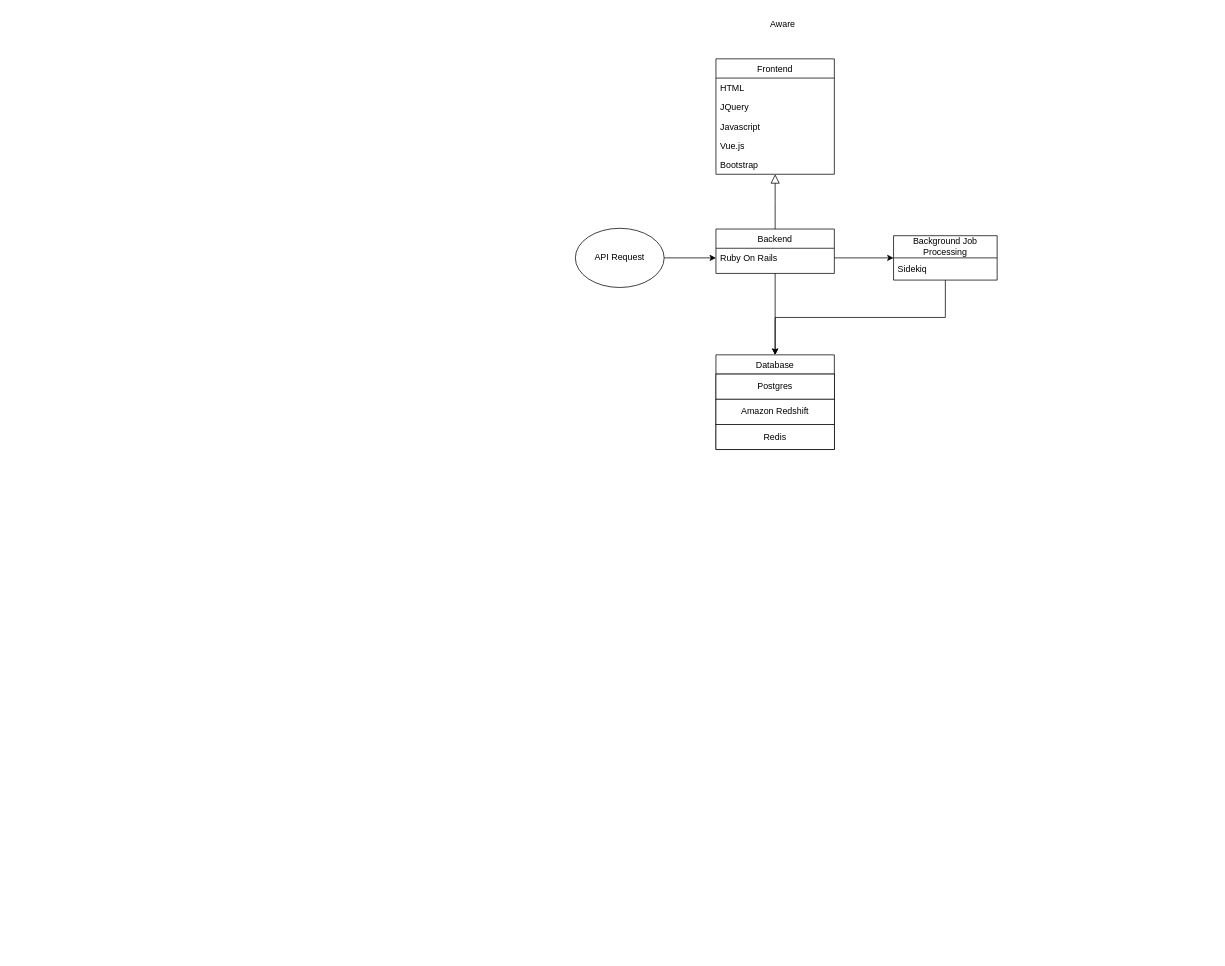
Earlier version of the draw.io diagram Untitled Diagram.drawio (jwhite-bh/advent-of-code). Source tidied: cells renumbered, new cells numbered last; positions are measured from the earlier drawing's top-left corner, leaving out a move shared by most shapes. Both pictures are drawn from the tidied source at 74%, with x=0, y=0 at pixel (575, 13).
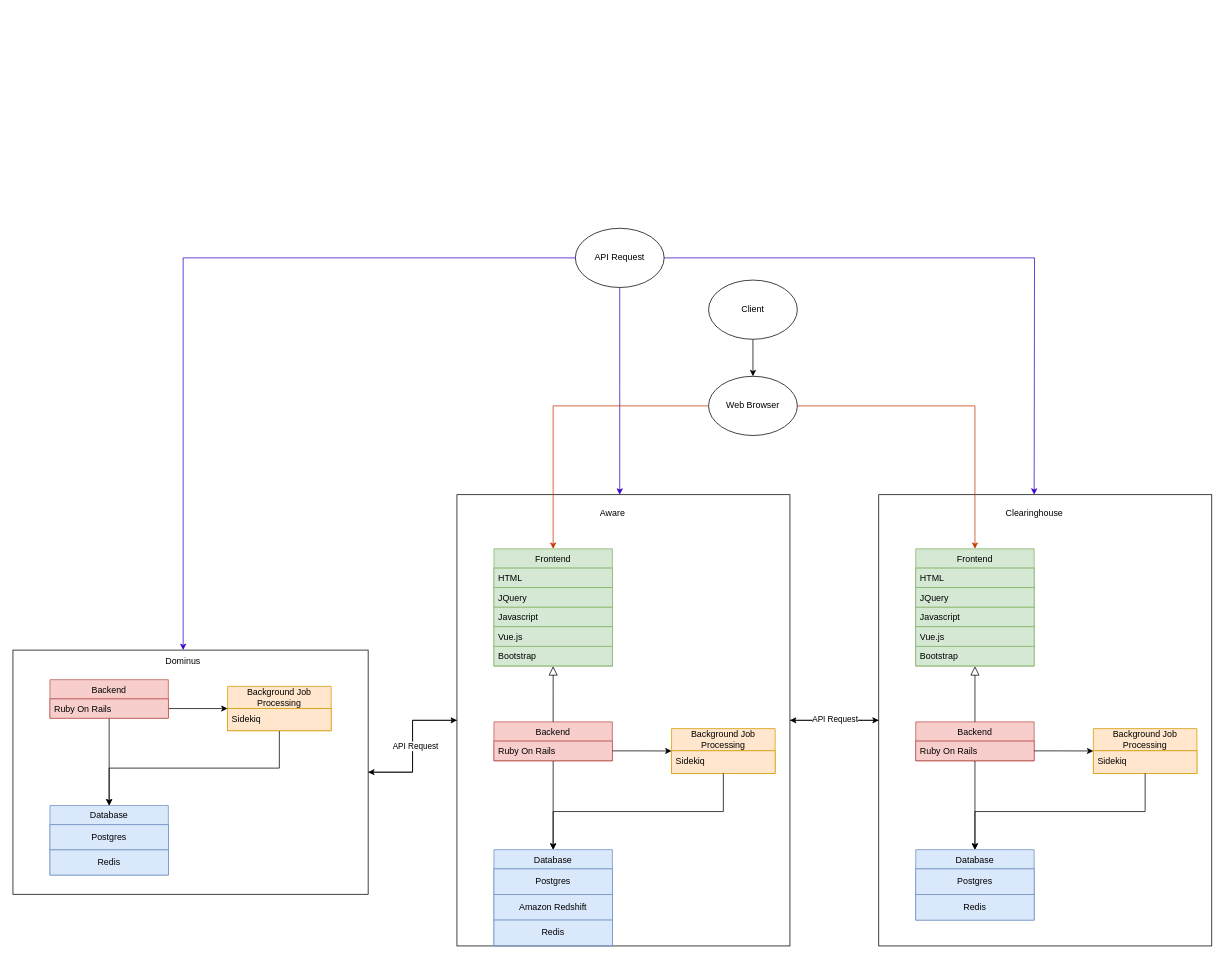
Above is the later version.

The edit, as a diff of the source:
```diff
@@
+    <mxCell id="23" style="edgeStyle=orthogonalEdgeStyle;rounded=0;jettySize=auto;html=1;exitX=1;exitY=0.5;exitDx=0;exitDy=0;fillColor=#6a00ff;strokeColor=#3700CC;" parent="1" edge="1" source="21">
+      <mxGeometry relative="1" as="geometry">
+        <mxPoint x="620" y="651" as="targetPoint" />
+      </mxGeometry>
+    </mxCell>
+    <mxCell id="21" value="API Request" style="ellipse;whiteSpace=wrap;html=1;" parent="1" vertex="1">
+      <mxGeometry y="291" width="120" height="80" as="geometry" />
+    </mxCell>
+    <mxCell id="24" style="group;" parent="1" vertex="1">
+      <mxGeometry x="-760" y="861" width="480" height="330" as="geometry" />
+    </mxCell>
+    <mxCell id="25" style="rounded=0;whiteSpace=wrap;html=1;" parent="24" vertex="1">
+      <mxGeometry width="480" height="330" as="geometry" />
+    </mxCell>
+    <mxCell id="26" value="Backend" style="swimlane;fontStyle=0;align=center;verticalAlign=top;horizontal=1;startSize=26;rounded=0;shadow=0;strokeWidth=1;fillColor=#f8cecc;strokeColor=#b85450;" parent="24" vertex="1">
+      <mxGeometry x="50" y="40" width="160" height="52" as="geometry" />
+    </mxCell>
+    <mxCell id="27" value="Database" style="swimlane;fontStyle=0;align=center;verticalAlign=top;horizontal=1;startSize=26;rounded=0;shadow=0;strokeWidth=1;fillColor=#dae8fc;strokeColor=#6c8ebf;" parent="24" vertex="1">
+      <mxGeometry x="50" y="210" width="160" height="94" as="geometry" />
+    </mxCell>
+    <mxCell id="28" style="edgeStyle=orthogonalEdgeStyle;rounded=0;jettySize=auto;html=1;exitX=0.5;exitY=1;exitDx=0;exitDy=0;entryX=0.5;entryY=0;entryDx=0;entryDy=0;" parent="24" edge="1" source="26" target="27">
+      <mxGeometry relative="1" as="geometry" />
+    </mxCell>
+    <mxCell id="29" value="Background Job Processing" style="swimlane;fontStyle=0;horizontal=1;startSize=30;whiteSpace=wrap;html=1;fillColor=#ffe6cc;strokeColor=#d79b00;" parent="24" vertex="1">
+      <mxGeometry x="290" y="49" width="140" height="60" as="geometry" />
+    </mxCell>
+    <mxCell id="30" style="edgeStyle=orthogonalEdgeStyle;rounded=0;jettySize=auto;html=1;exitX=0.5;exitY=1;exitDx=0;exitDy=0;" parent="24" edge="1" source="29" target="27">
+      <mxGeometry relative="1" as="geometry" />
+    </mxCell>
+    <mxCell id="31" style="edgeStyle=orthogonalEdgeStyle;rounded=0;jettySize=auto;html=1;exitX=1;exitY=0.5;exitDx=0;exitDy=0;entryX=0;entryY=0.5;entryDx=0;entryDy=0;" parent="24" edge="1" source="33" target="29">
+      <mxGeometry relative="1" as="geometry" />
+    </mxCell>
+    <mxCell id="32" value="Dominus" style="text;html=1;strokeColor=none;fillColor=none;align=center;verticalAlign=middle;whiteSpace=wrap;rounded=0;" parent="24" vertex="1">
+      <mxGeometry x="200" width="60" height="30" as="geometry" />
+    </mxCell>
+    <mxCell id="33" value="Ruby On Rails" style="text;align=left;verticalAlign=top;spacingLeft=4;spacingRight=4;overflow=hidden;points=[[0,0.5],[1,0.5]];portConstraint=eastwest;fillColor=#f8cecc;strokeColor=#b85450;" parent="24" vertex="1">
+      <mxGeometry x="50" y="66" width="160" height="26" as="geometry" />
+    </mxCell>
+    <mxCell id="34" value="Postgres" style="whiteSpace=wrap;html=1;fillColor=#dae8fc;strokeColor=#6c8ebf;" parent="24" vertex="1">
+      <mxGeometry x="50" y="236" width="160" height="34" as="geometry" />
+    </mxCell>
+    <mxCell id="35" value="Redis" style="whiteSpace=wrap;html=1;fillColor=#dae8fc;strokeColor=#6c8ebf;" parent="24" vertex="1">
+      <mxGeometry x="50" y="270" width="160" height="34" as="geometry" />
+    </mxCell>
+    <mxCell id="36" value="Sidekiq" style="text;strokeColor=#d79b00;fillColor=#ffe6cc;align=left;verticalAlign=middle;spacingLeft=4;spacingRight=4;overflow=hidden;whiteSpace=wrap;html=1;" parent="24" vertex="1">
+      <mxGeometry x="290" y="79" width="140" height="30" as="geometry" />
+    </mxCell>
+    <mxCell id="37" style="edgeStyle=orthogonalEdgeStyle;rounded=0;jettySize=auto;html=1;entryX=0.5;entryY=0;entryDx=0;entryDy=0;fillColor=#6a00ff;strokeColor=#3700CC;" parent="1" edge="1" source="21" target="32">
+      <mxGeometry relative="1" as="geometry" />
+    </mxCell>
+    <mxCell id="38" style="group;" parent="1" vertex="1">
+      <mxGeometry x="-160" y="651" width="450" height="620" as="geometry" />
+    </mxCell>
+    <mxCell id="39" style="rounded=0;whiteSpace=wrap;html=1;" parent="38" vertex="1">
+      <mxGeometry width="450" height="609.8" as="geometry" />
+    </mxCell>
-    <mxCell id="2" value="Frontend" style="swimlane;fontStyle=0;align=center;verticalAlign=top;horizontal=1;startSize=26;rounded=0;shadow=0;strokeWidth=1;" parent="1" vertex="1">
-      <mxGeometry x="190" y="62" width="160" height="156" as="geometry" />
+    <mxCell id="2" value="Frontend" style="swimlane;fontStyle=0;align=center;verticalAlign=top;horizontal=1;startSize=26;rounded=0;shadow=0;strokeWidth=1;fillColor=#d5e8d4;strokeColor=#82b366;" parent="38" vertex="1">
+      <mxGeometry x="50" y="73.2" width="160" height="158.6" as="geometry" />
     </mxCell>
-    <mxCell id="3" value="HTML    " style="text;align=left;verticalAlign=top;spacingLeft=4;spacingRight=4;overflow=hidden;" parent="2" vertex="1">
-      <mxGeometry y="26" width="160" height="26" as="geometry" />
+    <mxCell id="3" value="HTML    " style="text;align=left;verticalAlign=top;spacingLeft=4;spacingRight=4;overflow=hidden;fillColor=#d5e8d4;strokeColor=#82b366;" parent="2" vertex="1">
+      <mxGeometry y="26" width="160" height="26.4" as="geometry" />
     </mxCell>
-    <mxCell id="4" value="JQuery" style="text;align=left;verticalAlign=top;spacingLeft=4;spacingRight=4;overflow=hidden;rounded=0;shadow=0;html=0;" parent="2" vertex="1">
-      <mxGeometry y="52" width="160" height="26" as="geometry" />
+    <mxCell id="4" value="JQuery" style="text;align=left;verticalAlign=top;spacingLeft=4;spacingRight=4;overflow=hidden;rounded=0;shadow=0;html=0;fillColor=#d5e8d4;strokeColor=#82b366;" parent="2" vertex="1">
+      <mxGeometry y="52.4" width="160" height="26.4" as="geometry" />
     </mxCell>
-    <mxCell id="5" value="Javascript" style="text;align=left;verticalAlign=top;spacingLeft=4;spacingRight=4;overflow=hidden;rounded=0;shadow=0;html=0;" parent="2" vertex="1">
-      <mxGeometry y="78" width="160" height="26" as="geometry" />
+    <mxCell id="5" value="Javascript" style="text;align=left;verticalAlign=top;spacingLeft=4;spacingRight=4;overflow=hidden;rounded=0;shadow=0;html=0;fillColor=#d5e8d4;strokeColor=#82b366;" parent="2" vertex="1">
+      <mxGeometry y="78.9" width="160" height="26.4" as="geometry" />
     </mxCell>
-    <mxCell id="6" value="Vue.js" style="text;align=left;verticalAlign=top;spacingLeft=4;spacingRight=4;overflow=hidden;rounded=0;shadow=0;html=0;" parent="2" vertex="1">
-      <mxGeometry y="104" width="160" height="26" as="geometry" />
+    <mxCell id="6" value="Vue.js" style="text;align=left;verticalAlign=top;spacingLeft=4;spacingRight=4;overflow=hidden;rounded=0;shadow=0;html=0;fillColor=#d5e8d4;strokeColor=#82b366;" parent="2" vertex="1">
+      <mxGeometry y="105.3" width="160" height="26.4" as="geometry" />
     </mxCell>
-    <mxCell id="7" value="Bootstrap" style="text;align=left;verticalAlign=top;spacingLeft=4;spacingRight=4;overflow=hidden;rounded=0;shadow=0;html=0;" parent="2" vertex="1">
-      <mxGeometry y="130" width="160" height="26" as="geometry" />
+    <mxCell id="7" value="Bootstrap" style="text;align=left;verticalAlign=top;spacingLeft=4;spacingRight=4;overflow=hidden;rounded=0;shadow=0;html=0;fillColor=#d5e8d4;strokeColor=#82b366;" parent="2" vertex="1">
+      <mxGeometry y="131.7" width="160" height="26.4" as="geometry" />
     </mxCell>
-    <mxCell id="8" value="Backend" style="swimlane;fontStyle=0;align=center;verticalAlign=top;horizontal=1;startSize=26;rounded=0;shadow=0;strokeWidth=1;" parent="1" vertex="1">
-      <mxGeometry x="190" y="292" width="160" height="60" as="geometry" />
+    <mxCell id="8" value="Backend" style="swimlane;fontStyle=0;align=center;verticalAlign=top;horizontal=1;startSize=26;rounded=0;shadow=0;strokeWidth=1;fillColor=#f8cecc;strokeColor=#b85450;" parent="38" vertex="1">
+      <mxGeometry x="50" y="307" width="160" height="52.9" as="geometry" />
     </mxCell>
-    <mxCell id="9" value="Ruby On Rails" style="text;align=left;verticalAlign=top;spacingLeft=4;spacingRight=4;overflow=hidden;points=[[0,0.5],[1,0.5]];portConstraint=eastwest;" parent="8" vertex="1">
-      <mxGeometry y="26" width="160" height="26" as="geometry" />
+    <mxCell id="9" value="Ruby On Rails" style="text;align=left;verticalAlign=top;spacingLeft=4;spacingRight=4;overflow=hidden;points=[[0,0.5],[1,0.5]];portConstraint=eastwest;fillColor=#f8cecc;strokeColor=#b85450;" parent="8" vertex="1">
+      <mxGeometry y="26" width="160" height="26.4" as="geometry" />
     </mxCell>
-    <mxCell id="10" style="endArrow=block;endSize=10;endFill=0;shadow=0;strokeWidth=1;rounded=0;edgeStyle=elbowEdgeStyle;elbow=vertical;" parent="1" edge="1" source="8" target="2">
+    <mxCell id="10" style="endArrow=block;endSize=10;endFill=0;shadow=0;strokeWidth=1;rounded=0;edgeStyle=elbowEdgeStyle;elbow=vertical;" parent="38" edge="1" source="8" target="2">
       <mxGeometry relative="1" as="geometry" />
     </mxCell>
-    <mxCell id="11" style="edgeStyle=orthogonalEdgeStyle;rounded=0;jettySize=auto;html=1;exitX=0.5;exitY=1;exitDx=0;exitDy=0;" parent="1" edge="1" source="17" target="13">
-      <mxGeometry relative="1" as="geometry" />
-    </mxCell>
-    <mxCell id="12" style="edgeStyle=orthogonalEdgeStyle;rounded=0;jettySize=auto;html=1;exitX=0.5;exitY=1;exitDx=0;exitDy=0;entryX=0.5;entryY=0;entryDx=0;entryDy=0;" parent="1" edge="1" source="8" target="13">
-      <mxGeometry relative="1" as="geometry" />
-    </mxCell>
-    <mxCell id="13" value="Database" style="swimlane;fontStyle=0;align=center;verticalAlign=top;horizontal=1;startSize=26;rounded=0;shadow=0;strokeWidth=1;" parent="1" vertex="1">
-      <mxGeometry x="190" y="462" width="160" height="128" as="geometry" />
+    <mxCell id="13" value="Database" style="swimlane;fontStyle=0;align=center;verticalAlign=top;horizontal=1;startSize=26;rounded=0;shadow=0;strokeWidth=1;fillColor=#dae8fc;strokeColor=#6c8ebf;" parent="38" vertex="1">
+      <mxGeometry x="50" y="479.7" width="160" height="130.1" as="geometry" />
     </mxCell>
-    <mxCell id="14" value="Postgres" style="whiteSpace=wrap;html=1;" parent="13" vertex="1">
-      <mxGeometry y="26" width="160" height="34" as="geometry" />
+    <mxCell id="14" value="Postgres" style="whiteSpace=wrap;html=1;fillColor=#dae8fc;strokeColor=#6c8ebf;" parent="13" vertex="1">
+      <mxGeometry y="26" width="160" height="34.6" as="geometry" />
     </mxCell>
-    <mxCell id="15" value="Amazon Redshift" style="whiteSpace=wrap;html=1;" parent="13" vertex="1">
-      <mxGeometry y="60" width="160" height="34" as="geometry" />
+    <mxCell id="15" value="Amazon Redshift" style="whiteSpace=wrap;html=1;fillColor=#dae8fc;strokeColor=#6c8ebf;" parent="13" vertex="1">
+      <mxGeometry y="60.6" width="160" height="34.6" as="geometry" />
     </mxCell>
-    <mxCell id="16" value="Redis" style="whiteSpace=wrap;html=1;" parent="13" vertex="1">
-      <mxGeometry y="94" width="160" height="34" as="geometry" />
+    <mxCell id="16" value="Redis" style="whiteSpace=wrap;html=1;fillColor=#dae8fc;strokeColor=#6c8ebf;" parent="13" vertex="1">
+      <mxGeometry y="95.1" width="160" height="34.6" as="geometry" />
     </mxCell>
+    <mxCell id="12" style="edgeStyle=orthogonalEdgeStyle;rounded=0;jettySize=auto;html=1;exitX=0.5;exitY=1;exitDx=0;exitDy=0;entryX=0.5;entryY=0;entryDx=0;entryDy=0;" parent="38" edge="1" source="8" target="13">
+      <mxGeometry relative="1" as="geometry" />
+    </mxCell>
-    <mxCell id="17" value="Background Job Processing" style="swimlane;fontStyle=0;horizontal=1;startSize=30;whiteSpace=wrap;html=1;" parent="1" vertex="1">
-      <mxGeometry x="430" y="301" width="140" height="60" as="geometry" />
+    <mxCell id="17" value="Background Job Processing" style="swimlane;fontStyle=0;horizontal=1;startSize=30;whiteSpace=wrap;html=1;fillColor=#ffe6cc;strokeColor=#d79b00;" parent="38" vertex="1">
+      <mxGeometry x="290" y="316.1" width="140" height="60.5" as="geometry" />
     </mxCell>
-    <mxCell id="18" value="Sidekiq" style="text;strokeColor=none;fillColor=none;align=left;verticalAlign=middle;spacingLeft=4;spacingRight=4;overflow=hidden;whiteSpace=wrap;html=1;" parent="17" vertex="1">
-      <mxGeometry y="30" width="140" height="30" as="geometry" />
+    <mxCell id="18" value="Sidekiq" style="text;strokeColor=#d79b00;fillColor=#ffe6cc;align=left;verticalAlign=middle;spacingLeft=4;spacingRight=4;overflow=hidden;whiteSpace=wrap;html=1;" parent="17" vertex="1">
+      <mxGeometry y="30" width="140" height="30.5" as="geometry" />
     </mxCell>
+    <mxCell id="11" style="edgeStyle=orthogonalEdgeStyle;rounded=0;jettySize=auto;html=1;exitX=0.5;exitY=1;exitDx=0;exitDy=0;" parent="38" edge="1" source="17" target="13">
+      <mxGeometry relative="1" as="geometry" />
+    </mxCell>
-    <mxCell id="19" style="edgeStyle=orthogonalEdgeStyle;rounded=0;jettySize=auto;html=1;exitX=1;exitY=0.5;exitDx=0;exitDy=0;entryX=0;entryY=0.5;entryDx=0;entryDy=0;" parent="1" edge="1" source="9" target="17">
+    <mxCell id="19" style="edgeStyle=orthogonalEdgeStyle;rounded=0;jettySize=auto;html=1;exitX=1;exitY=0.5;exitDx=0;exitDy=0;entryX=0;entryY=0.5;entryDx=0;entryDy=0;" parent="38" edge="1" source="9" target="17">
       <mxGeometry relative="1" as="geometry" />
     </mxCell>
-    <mxCell id="20" style="edgeStyle=orthogonalEdgeStyle;rounded=0;jettySize=auto;html=1;exitX=1;exitY=0.5;exitDx=0;exitDy=0;entryX=0;entryY=0.5;entryDx=0;entryDy=0;" parent="1" edge="1" source="21" target="9">
-      <mxGeometry relative="1" as="geometry" />
-    </mxCell>
-    <mxCell id="21" value="API Request" style="ellipse;whiteSpace=wrap;html=1;" parent="1" vertex="1">
-      <mxGeometry y="291" width="120" height="80" as="geometry" />
-    </mxCell>
-    <mxCell id="22" value="Aware" style="text;html=1;align=center;verticalAlign=middle;strokeColor=none;fillColor=none;" parent="1" vertex="1">
-      <mxGeometry x="250" width="60" height="30" as="geometry" />
+    <mxCell id="22" value="Aware" style="text;html=1;align=center;verticalAlign=middle;strokeColor=none;fillColor=none;" parent="38" vertex="1">
+      <mxGeometry x="180" y="10" width="60" height="30" as="geometry" />
     </mxCell>
+    <mxCell id="40" style="group;" parent="1" vertex="1">
+      <mxGeometry x="410" y="651" width="450" height="620" as="geometry" />
+    </mxCell>
+    <mxCell id="41" style="rounded=0;whiteSpace=wrap;html=1;" parent="40" vertex="1">
+      <mxGeometry width="450" height="609.8" as="geometry" />
+    </mxCell>
+    <mxCell id="42" value="Frontend" style="swimlane;fontStyle=0;align=center;verticalAlign=top;horizontal=1;startSize=26;rounded=0;shadow=0;strokeWidth=1;fillColor=#d5e8d4;strokeColor=#82b366;" parent="40" vertex="1">
+      <mxGeometry x="50" y="73.2" width="160" height="158.6" as="geometry" />
+    </mxCell>
+    <mxCell id="43" value="HTML    " style="text;align=left;verticalAlign=top;spacingLeft=4;spacingRight=4;overflow=hidden;fillColor=#d5e8d4;strokeColor=#82b366;" parent="42" vertex="1">
+      <mxGeometry y="26" width="160" height="26.4" as="geometry" />
+    </mxCell>
+    <mxCell id="44" value="JQuery" style="text;align=left;verticalAlign=top;spacingLeft=4;spacingRight=4;overflow=hidden;rounded=0;shadow=0;html=0;fillColor=#d5e8d4;strokeColor=#82b366;" parent="42" vertex="1">
+      <mxGeometry y="52.4" width="160" height="26.4" as="geometry" />
+    </mxCell>
+    <mxCell id="45" value="Javascript" style="text;align=left;verticalAlign=top;spacingLeft=4;spacingRight=4;overflow=hidden;rounded=0;shadow=0;html=0;fillColor=#d5e8d4;strokeColor=#82b366;" parent="42" vertex="1">
+      <mxGeometry y="78.9" width="160" height="26.4" as="geometry" />
+    </mxCell>
+    <mxCell id="46" value="Vue.js" style="text;align=left;verticalAlign=top;spacingLeft=4;spacingRight=4;overflow=hidden;rounded=0;shadow=0;html=0;fillColor=#d5e8d4;strokeColor=#82b366;" parent="42" vertex="1">
+      <mxGeometry y="105.3" width="160" height="26.4" as="geometry" />
+    </mxCell>
+    <mxCell id="47" value="Bootstrap" style="text;align=left;verticalAlign=top;spacingLeft=4;spacingRight=4;overflow=hidden;rounded=0;shadow=0;html=0;fillColor=#d5e8d4;strokeColor=#82b366;" parent="42" vertex="1">
+      <mxGeometry y="131.7" width="160" height="26.4" as="geometry" />
+    </mxCell>
+    <mxCell id="48" value="Backend" style="swimlane;fontStyle=0;align=center;verticalAlign=top;horizontal=1;startSize=26;rounded=0;shadow=0;strokeWidth=1;fillColor=#f8cecc;strokeColor=#b85450;" parent="40" vertex="1">
+      <mxGeometry x="50" y="307" width="160" height="52.9" as="geometry" />
+    </mxCell>
+    <mxCell id="49" value="Ruby On Rails" style="text;align=left;verticalAlign=top;spacingLeft=4;spacingRight=4;overflow=hidden;points=[[0,0.5],[1,0.5]];portConstraint=eastwest;fillColor=#f8cecc;strokeColor=#b85450;" parent="48" vertex="1">
+      <mxGeometry y="26" width="160" height="26.4" as="geometry" />
+    </mxCell>
+    <mxCell id="50" style="endArrow=block;endSize=10;endFill=0;shadow=0;strokeWidth=1;rounded=0;edgeStyle=elbowEdgeStyle;elbow=vertical;" parent="40" edge="1" source="48" target="42">
+      <mxGeometry relative="1" as="geometry" />
+    </mxCell>
+    <mxCell id="51" value="Database" style="swimlane;fontStyle=0;align=center;verticalAlign=top;horizontal=1;startSize=26;rounded=0;shadow=0;strokeWidth=1;fillColor=#dae8fc;strokeColor=#6c8ebf;" parent="40" vertex="1">
+      <mxGeometry x="50" y="479.7" width="160" height="95.1" as="geometry" />
+    </mxCell>
+    <mxCell id="52" value="Postgres" style="whiteSpace=wrap;html=1;fillColor=#dae8fc;strokeColor=#6c8ebf;" parent="51" vertex="1">
+      <mxGeometry y="26" width="160" height="34.6" as="geometry" />
+    </mxCell>
+    <mxCell id="53" value="Redis" style="whiteSpace=wrap;html=1;fillColor=#dae8fc;strokeColor=#6c8ebf;" parent="51" vertex="1">
+      <mxGeometry y="60.6" width="160" height="34.6" as="geometry" />
+    </mxCell>
+    <mxCell id="54" style="edgeStyle=orthogonalEdgeStyle;rounded=0;jettySize=auto;html=1;exitX=0.5;exitY=1;exitDx=0;exitDy=0;entryX=0.5;entryY=0;entryDx=0;entryDy=0;" parent="40" edge="1" source="48" target="51">
+      <mxGeometry relative="1" as="geometry" />
+    </mxCell>
+    <mxCell id="55" value="Background Job Processing" style="swimlane;fontStyle=0;horizontal=1;startSize=30;whiteSpace=wrap;html=1;fillColor=#ffe6cc;strokeColor=#d79b00;" parent="40" vertex="1">
+      <mxGeometry x="290" y="316.1" width="140" height="60.5" as="geometry" />
+    </mxCell>
+    <mxCell id="56" value="Sidekiq" style="text;strokeColor=#d79b00;fillColor=#ffe6cc;align=left;verticalAlign=middle;spacingLeft=4;spacingRight=4;overflow=hidden;whiteSpace=wrap;html=1;" parent="55" vertex="1">
+      <mxGeometry y="30" width="140" height="30.5" as="geometry" />
+    </mxCell>
+    <mxCell id="57" style="edgeStyle=orthogonalEdgeStyle;rounded=0;jettySize=auto;html=1;exitX=0.5;exitY=1;exitDx=0;exitDy=0;" parent="40" edge="1" source="55" target="51">
+      <mxGeometry relative="1" as="geometry" />
+    </mxCell>
+    <mxCell id="58" style="edgeStyle=orthogonalEdgeStyle;rounded=0;jettySize=auto;html=1;exitX=1;exitY=0.5;exitDx=0;exitDy=0;entryX=0;entryY=0.5;entryDx=0;entryDy=0;" parent="40" edge="1" source="49" target="55">
+      <mxGeometry relative="1" as="geometry" />
+    </mxCell>
+    <mxCell id="59" value="Clearinghouse" style="text;html=1;align=center;verticalAlign=middle;strokeColor=none;fillColor=none;" parent="40" vertex="1">
+      <mxGeometry x="160" y="10" width="100" height="30" as="geometry" />
+    </mxCell>
+    <mxCell id="60" style="edgeStyle=orthogonalEdgeStyle;rounded=0;jettySize=auto;html=1;fillColor=#6a00ff;strokeColor=#3700CC;" parent="1" edge="1" source="21">
+      <mxGeometry relative="1" as="geometry">
+        <mxPoint x="60" y="651" as="targetPoint" />
+      </mxGeometry>
+    </mxCell>
+    <mxCell id="61" style="edgeStyle=orthogonalEdgeStyle;rounded=0;jettySize=auto;html=1;exitX=0.5;exitY=1;exitDx=0;exitDy=0;entryX=0.5;entryY=0;entryDx=0;entryDy=0;" parent="1" edge="1" source="62" target="65">
+      <mxGeometry relative="1" as="geometry" />
+    </mxCell>
+    <mxCell id="62" value="Client" style="ellipse;whiteSpace=wrap;html=1;" parent="1" vertex="1">
+      <mxGeometry x="180" y="361" width="120" height="80" as="geometry" />
+    </mxCell>
+    <mxCell id="63" style="edgeStyle=orthogonalEdgeStyle;rounded=0;jettySize=auto;html=1;fillColor=#fa6800;strokeColor=#C73500;" parent="1" edge="1" source="65" target="2">
+      <mxGeometry relative="1" as="geometry" />
+    </mxCell>
+    <mxCell id="64" style="edgeStyle=orthogonalEdgeStyle;rounded=0;jettySize=auto;html=1;exitX=1;exitY=0.5;exitDx=0;exitDy=0;fillColor=#fa6800;strokeColor=#C73500;" parent="1" edge="1" source="65" target="42">
+      <mxGeometry relative="1" as="geometry" />
+    </mxCell>
+    <mxCell id="65" value="Web Browser" style="ellipse;whiteSpace=wrap;html=1;" parent="1" vertex="1">
+      <mxGeometry x="180" y="491" width="120" height="80" as="geometry" />
+    </mxCell>
+    <mxCell id="66" style="edgeStyle=orthogonalEdgeStyle;rounded=0;jettySize=auto;html=1;exitX=0;exitY=0.5;exitDx=0;exitDy=0;entryX=1;entryY=0.5;entryDx=0;entryDy=0;" parent="1" edge="1" source="41" target="39">
+      <mxGeometry relative="1" as="geometry" />
+    </mxCell>
+    <mxCell id="67" style="edgeStyle=orthogonalEdgeStyle;rounded=0;jettySize=auto;html=1;exitX=1;exitY=0.5;exitDx=0;exitDy=0;entryX=0;entryY=0.5;entryDx=0;entryDy=0;" parent="1" edge="1" source="39" target="41">
+      <mxGeometry relative="1" as="geometry" />
+    </mxCell>
+    <mxCell id="68" value="&lt;div&gt;API Request&lt;/div&gt;" style="edgeLabel;html=1;align=center;verticalAlign=middle;" parent="67" vertex="1">
+      <mxGeometry x="-0.28" y="4" relative="1" as="geometry">
+        <mxPoint x="17" y="3" as="offset" />
+      </mxGeometry>
+    </mxCell>
+    <mxCell id="69" style="edgeStyle=orthogonalEdgeStyle;rounded=0;jettySize=auto;html=1;exitX=1;exitY=0.5;exitDx=0;exitDy=0;" parent="1" edge="1" source="25">
+      <mxGeometry relative="1" as="geometry">
+        <mxPoint x="-280" y="1026" as="targetPoint" />
+      </mxGeometry>
+    </mxCell>
+    <mxCell id="70" style="edgeStyle=orthogonalEdgeStyle;rounded=0;jettySize=auto;html=1;entryX=0;entryY=0.5;entryDx=0;entryDy=0;" parent="1" edge="1" source="25" target="39">
+      <mxGeometry relative="1" as="geometry" />
+    </mxCell>
+    <mxCell id="71" style="edgeStyle=orthogonalEdgeStyle;rounded=0;jettySize=auto;html=1;entryX=1;entryY=0.5;entryDx=0;entryDy=0;" parent="1" edge="1" source="39" target="25">
+      <mxGeometry relative="1" as="geometry" />
+    </mxCell>
+    <mxCell id="72" value="API Request" style="edgeLabel;html=1;align=center;verticalAlign=middle;" parent="71" vertex="1">
+      <mxGeometry y="3" relative="1" as="geometry" />
+    </mxCell>
```
